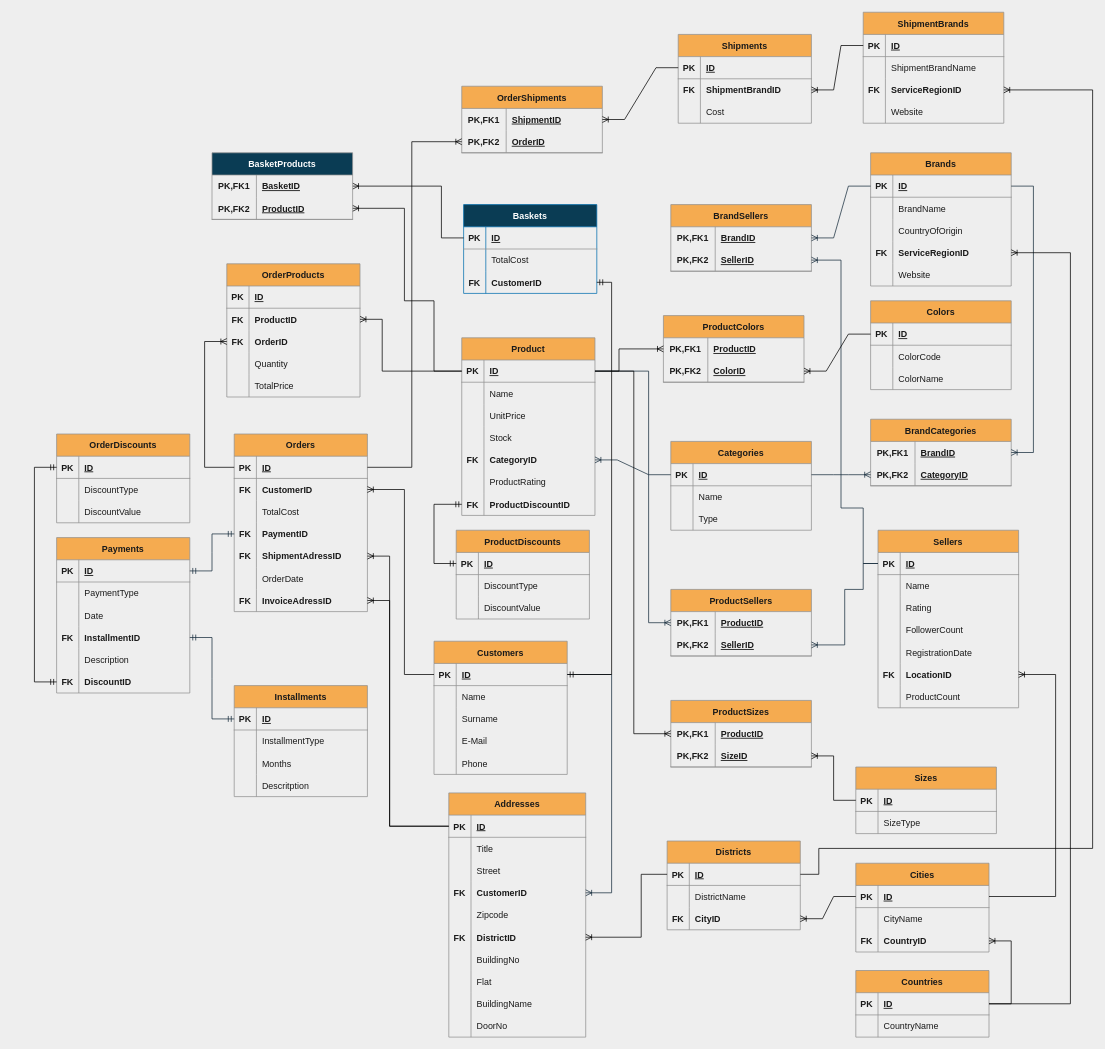
GGBebe/SQL keeps this draw.io diagram as page "Page-1" (1 of 2) of Pair4_ERdiagram.drawio. Above is the earlier version. Source tidied: cells renumbered, new cells numbered last; positions are measured from the earlier drawing's top-left corner, leaving out a move shared by most shapes. Both pictures are drawn from the tidied source at 74%, with x=0, y=0 at pixel (34, 12).
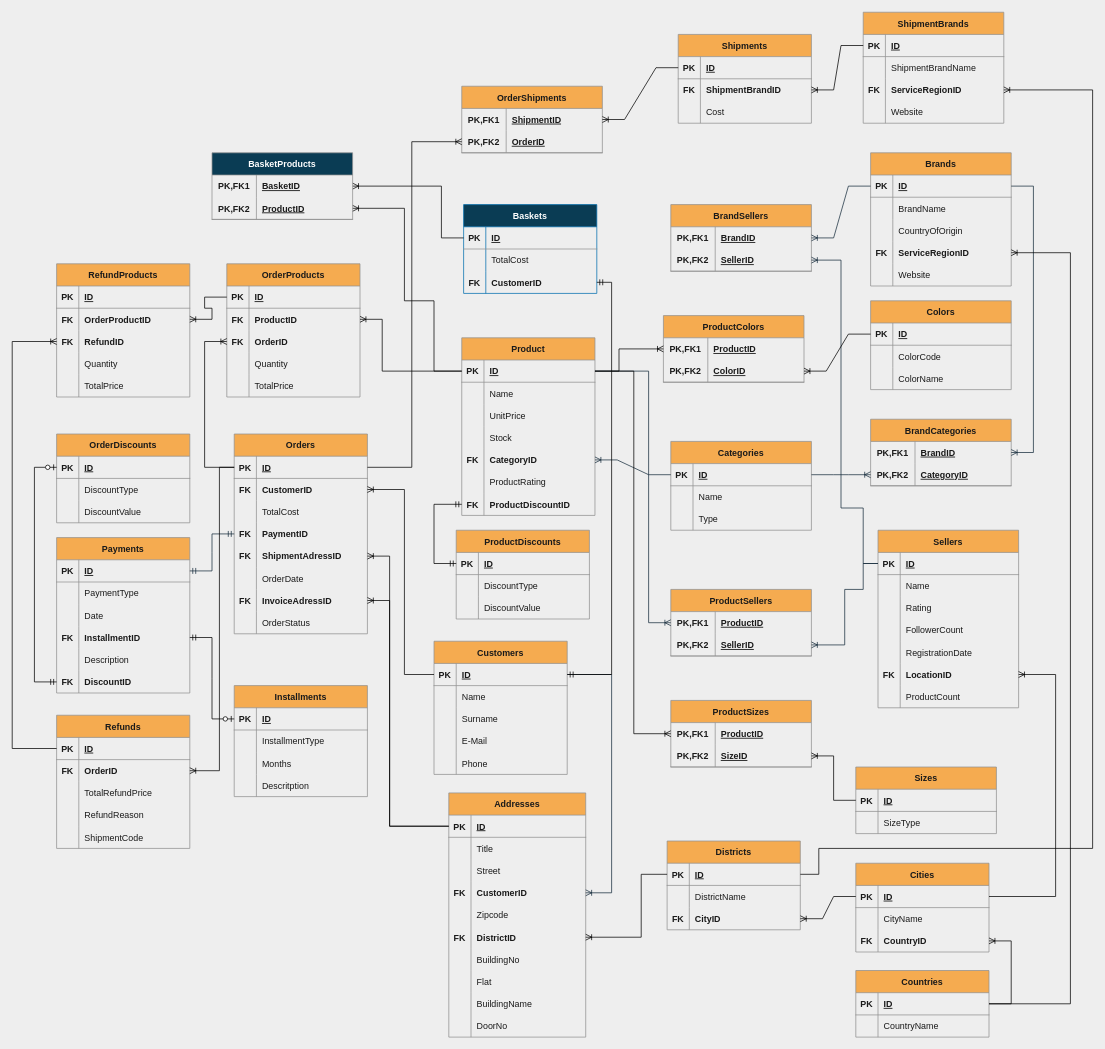
Above is the later version.

Unchanged cells that the change refers to:
```xml
<mxCell id="169" style="shape=tableRow;horizontal=0;startSize=0;swimlaneHead=0;swimlaneBody=0;fillColor=none;points=[[0,0.5],[1,0.5]];portConstraint=eastwest;top=0;left=0;right=0;bottom=1;strokeColor=#909090;fontColor=#1A1A1A;" parent="168" vertex="1">
  <mxGeometry y="30" width="180" height="30" as="geometry" />
</mxCell>
<mxCell id="200" style="shape=tableRow;horizontal=0;startSize=0;swimlaneHead=0;swimlaneBody=0;fillColor=none;points=[[0,0.5],[1,0.5]];portConstraint=eastwest;top=0;left=0;right=0;bottom=0;strokeColor=#909090;fontColor=#1A1A1A;" parent="190" vertex="1">
  <mxGeometry y="120" width="180" height="30" as="geometry" />
</mxCell>
<mxCell id="206" style="shape=tableRow;horizontal=0;startSize=0;swimlaneHead=0;swimlaneBody=0;fillColor=none;points=[[0,0.5],[1,0.5]];portConstraint=eastwest;top=0;left=0;right=0;bottom=0;strokeColor=#909090;fontColor=#1A1A1A;" parent="190" vertex="1">
  <mxGeometry y="180" width="180" height="30" as="geometry" />
</mxCell>
<mxCell id="211" style="shape=tableRow;horizontal=0;startSize=0;swimlaneHead=0;swimlaneBody=0;fillColor=none;points=[[0,0.5],[1,0.5]];portConstraint=eastwest;top=0;left=0;right=0;bottom=1;strokeColor=#909090;fontColor=#1A1A1A;" parent="210" vertex="1">
  <mxGeometry y="30" width="180" height="30" as="geometry" />
</mxCell>
<mxCell id="221" style="shape=tableRow;horizontal=0;startSize=0;swimlaneHead=0;swimlaneBody=0;fillColor=none;points=[[0,0.5],[1,0.5]];portConstraint=eastwest;top=0;left=0;right=0;bottom=1;strokeColor=#909090;fontColor=#1A1A1A;" parent="220" vertex="1">
  <mxGeometry y="30" width="180" height="30" as="geometry" />
</mxCell>
<mxCell id="236" style="shape=tableRow;horizontal=0;startSize=0;swimlaneHead=0;swimlaneBody=0;fillColor=none;points=[[0,0.5],[1,0.5]];portConstraint=eastwest;top=0;left=0;right=0;bottom=1;strokeColor=#909090;fontColor=#1A1A1A;" parent="235" vertex="1">
  <mxGeometry y="30" width="180" height="30" as="geometry" />
</mxCell>
```

The edit, as a diff of the source:
```diff
@@
     <mxCell id="168" value="Orders" style="shape=table;startSize=30;childLayout=tableLayout;rowLines=0;fontStyle=1;align=center;fillColor=#F5AB50;strokeColor=#909090;fontColor=#1A1A1A;" parent="1" vertex="1">
-      <mxGeometry x="270" y="570" width="180" height="240" as="geometry" />
+      <mxGeometry x="270" y="570" width="180" height="270" as="geometry" />
     </mxCell>
@@
+    <mxCell id="368" style="shape=tableRow;horizontal=0;startSize=0;swimlaneHead=0;swimlaneBody=0;fillColor=none;top=0;left=0;right=0;bottom=0;strokeColor=#909090;fontColor=#1A1A1A;" parent="168" vertex="1">
+      <mxGeometry y="240" width="180" height="30" as="geometry" />
+    </mxCell>
+    <mxCell id="369" style="shape=partialRectangle;fillColor=none;top=0;left=0;bottom=0;right=0;overflow=hidden;fontStyle=1;strokeColor=#909090;fontColor=#1A1A1A;" parent="368" vertex="1">
+      <mxGeometry width="30" height="30" as="geometry" />
+    </mxCell>
+    <mxCell id="370" value="OrderStatus" style="shape=partialRectangle;fillColor=none;top=0;left=0;bottom=0;right=0;align=left;spacingLeft=6;overflow=hidden;fontStyle=0;strokeColor=#909090;fontColor=#1A1A1A;" parent="368" vertex="1">
+      <mxGeometry x="30" width="150" height="30" as="geometry" />
+    </mxCell>
@@
-    <mxCell id="233" style="edgeStyle=entityRelationEdgeStyle;fontSize=12;html=1;endArrow=ERmandOne;startArrow=ERmandOne;rounded=0;entryX=0;entryY=0.5;entryDx=0;entryDy=0;exitX=1;exitY=0.5;exitDx=0;exitDy=0;labelBackgroundColor=#EEEEEE;strokeColor=#182E3E;fontColor=#1A1A1A;" parent="1" edge="1" source="200" target="221">
-      <mxGeometry relative="1" as="geometry" />
-    </mxCell>
@@
+    <mxCell id="371" value="RefundProducts" style="shape=table;startSize=30;childLayout=tableLayout;rowLines=0;fontStyle=1;align=center;fillColor=#F5AB50;strokeColor=#909090;fontColor=#1A1A1A;" parent="1" vertex="1">
+      <mxGeometry x="30" y="340" width="180" height="180" as="geometry" />
+    </mxCell>
+    <mxCell id="372" style="shape=tableRow;horizontal=0;startSize=0;swimlaneHead=0;swimlaneBody=0;fillColor=none;top=0;left=0;right=0;bottom=1;strokeColor=#909090;fontColor=#1A1A1A;" parent="371" vertex="1">
+      <mxGeometry y="30" width="180" height="30" as="geometry" />
+    </mxCell>
+    <mxCell id="373" value="PK" style="shape=partialRectangle;fillColor=none;top=0;left=0;bottom=0;right=0;fontStyle=1;overflow=hidden;strokeColor=#909090;fontColor=#1A1A1A;" parent="372" vertex="1">
+      <mxGeometry width="30" height="30" as="geometry" />
+    </mxCell>
+    <mxCell id="374" value="ID" style="shape=partialRectangle;fillColor=none;top=0;left=0;bottom=0;right=0;align=left;spacingLeft=6;fontStyle=5;overflow=hidden;strokeColor=#909090;fontColor=#1A1A1A;" parent="372" vertex="1">
+      <mxGeometry x="30" width="150" height="30" as="geometry" />
+    </mxCell>
+    <mxCell id="375" style="shape=tableRow;horizontal=0;startSize=0;swimlaneHead=0;swimlaneBody=0;fillColor=none;points=[[0,0.5],[1,0.5]];portConstraint=eastwest;top=0;left=0;right=0;bottom=0;strokeColor=#909090;fontColor=#1A1A1A;" parent="371" vertex="1">
+      <mxGeometry y="60" width="180" height="30" as="geometry" />
+    </mxCell>
+    <mxCell id="376" value="FK" style="shape=partialRectangle;fillColor=none;top=0;left=0;bottom=0;right=0;overflow=hidden;strokeColor=#909090;fontColor=#1A1A1A;fontStyle=1;" parent="375" vertex="1">
+      <mxGeometry width="30" height="30" as="geometry" />
+    </mxCell>
+    <mxCell id="377" value="OrderProductID" style="shape=partialRectangle;fillColor=none;top=0;left=0;bottom=0;right=0;align=left;spacingLeft=6;overflow=hidden;strokeColor=#909090;fontColor=#1A1A1A;fontStyle=1;" parent="375" vertex="1">
+      <mxGeometry x="30" width="150" height="30" as="geometry" />
+    </mxCell>
+    <mxCell id="378" style="shape=tableRow;horizontal=0;startSize=0;swimlaneHead=0;swimlaneBody=0;fillColor=none;points=[[0,0.5],[1,0.5]];portConstraint=eastwest;top=0;left=0;right=0;bottom=0;strokeColor=#909090;fontColor=#1A1A1A;" parent="371" vertex="1">
+      <mxGeometry y="90" width="180" height="30" as="geometry" />
+    </mxCell>
+    <mxCell id="379" value="FK" style="shape=partialRectangle;fillColor=none;top=0;left=0;bottom=0;right=0;overflow=hidden;strokeColor=#909090;fontColor=#1A1A1A;fontStyle=1;" parent="378" vertex="1">
+      <mxGeometry width="30" height="30" as="geometry" />
+    </mxCell>
+    <mxCell id="380" value="RefundID" style="shape=partialRectangle;fillColor=none;top=0;left=0;bottom=0;right=0;align=left;spacingLeft=6;overflow=hidden;strokeColor=#909090;fontColor=#1A1A1A;fontStyle=1;" parent="378" vertex="1">
+      <mxGeometry x="30" width="150" height="30" as="geometry" />
+    </mxCell>
+    <mxCell id="381" style="shape=tableRow;horizontal=0;startSize=0;swimlaneHead=0;swimlaneBody=0;fillColor=none;top=0;left=0;right=0;bottom=0;strokeColor=#909090;fontColor=#1A1A1A;" parent="371" vertex="1">
+      <mxGeometry y="120" width="180" height="30" as="geometry" />
+    </mxCell>
+    <mxCell id="382" style="shape=partialRectangle;fillColor=none;top=0;left=0;bottom=0;right=0;overflow=hidden;strokeColor=#909090;fontColor=#1A1A1A;" parent="381" vertex="1">
+      <mxGeometry width="30" height="30" as="geometry" />
+    </mxCell>
+    <mxCell id="383" value="Quantity" style="shape=partialRectangle;fillColor=none;top=0;left=0;bottom=0;right=0;align=left;spacingLeft=6;overflow=hidden;strokeColor=#909090;fontColor=#1A1A1A;" parent="381" vertex="1">
+      <mxGeometry x="30" width="150" height="30" as="geometry" />
+    </mxCell>
+    <mxCell id="384" style="shape=tableRow;horizontal=0;startSize=0;swimlaneHead=0;swimlaneBody=0;fillColor=none;top=0;left=0;right=0;bottom=0;strokeColor=#909090;fontColor=#1A1A1A;" parent="371" vertex="1">
+      <mxGeometry y="150" width="180" height="30" as="geometry" />
+    </mxCell>
+    <mxCell id="385" style="shape=partialRectangle;fillColor=none;top=0;left=0;bottom=0;right=0;overflow=hidden;strokeColor=#909090;fontColor=#1A1A1A;" parent="384" vertex="1">
+      <mxGeometry width="30" height="30" as="geometry" />
+    </mxCell>
+    <mxCell id="386" value="TotalPrice" style="shape=partialRectangle;fillColor=none;top=0;left=0;bottom=0;right=0;align=left;spacingLeft=6;overflow=hidden;strokeColor=#909090;fontColor=#1A1A1A;" parent="384" vertex="1">
+      <mxGeometry x="30" width="150" height="30" as="geometry" />
+    </mxCell>
+    <mxCell id="387" value="Refunds" style="shape=table;startSize=30;childLayout=tableLayout;rowLines=0;fontStyle=1;align=center;fillColor=#F5AB50;strokeColor=#909090;fontColor=#1A1A1A;" parent="1" vertex="1">
+      <mxGeometry x="30" y="950" width="180" height="180" as="geometry" />
+    </mxCell>
+    <mxCell id="388" style="shape=tableRow;horizontal=0;startSize=0;swimlaneHead=0;swimlaneBody=0;fillColor=none;points=[[0,0.5],[1,0.5]];portConstraint=eastwest;top=0;left=0;right=0;bottom=1;strokeColor=#909090;fontColor=#1A1A1A;" parent="387" vertex="1">
+      <mxGeometry y="30" width="180" height="30" as="geometry" />
+    </mxCell>
+    <mxCell id="389" value="PK" style="shape=partialRectangle;fillColor=none;top=0;left=0;bottom=0;right=0;fontStyle=1;overflow=hidden;strokeColor=#909090;fontColor=#1A1A1A;" parent="388" vertex="1">
+      <mxGeometry width="30" height="30" as="geometry" />
+    </mxCell>
+    <mxCell id="390" value="ID" style="shape=partialRectangle;fillColor=none;top=0;left=0;bottom=0;right=0;align=left;spacingLeft=6;fontStyle=5;overflow=hidden;strokeColor=#909090;fontColor=#1A1A1A;" parent="388" vertex="1">
+      <mxGeometry x="30" width="150" height="30" as="geometry" />
+    </mxCell>
+    <mxCell id="391" style="shape=tableRow;horizontal=0;startSize=0;swimlaneHead=0;swimlaneBody=0;fillColor=none;points=[[0,0.5],[1,0.5]];portConstraint=eastwest;top=0;left=0;right=0;bottom=0;strokeColor=#909090;fontColor=#1A1A1A;" parent="387" vertex="1">
+      <mxGeometry y="60" width="180" height="30" as="geometry" />
+    </mxCell>
+    <mxCell id="392" value="FK" style="shape=partialRectangle;fillColor=none;top=0;left=0;bottom=0;right=0;overflow=hidden;strokeColor=#909090;fontColor=#1A1A1A;fontStyle=1;" parent="391" vertex="1">
+      <mxGeometry width="30" height="30" as="geometry" />
+    </mxCell>
+    <mxCell id="393" value="OrderID" style="shape=partialRectangle;fillColor=none;top=0;left=0;bottom=0;right=0;align=left;spacingLeft=6;overflow=hidden;strokeColor=#909090;fontColor=#1A1A1A;fontStyle=1;" parent="391" vertex="1">
+      <mxGeometry x="30" width="150" height="30" as="geometry" />
+    </mxCell>
+    <mxCell id="394" style="shape=tableRow;horizontal=0;startSize=0;swimlaneHead=0;swimlaneBody=0;fillColor=none;top=0;left=0;right=0;bottom=0;strokeColor=#909090;fontColor=#1A1A1A;" parent="387" vertex="1">
+      <mxGeometry y="90" width="180" height="30" as="geometry" />
+    </mxCell>
+    <mxCell id="395" style="shape=partialRectangle;fillColor=none;top=0;left=0;bottom=0;right=0;overflow=hidden;strokeColor=#909090;fontColor=#1A1A1A;" parent="394" vertex="1">
+      <mxGeometry width="30" height="30" as="geometry" />
+    </mxCell>
+    <mxCell id="396" value="TotalRefundPrice" style="shape=partialRectangle;fillColor=none;top=0;left=0;bottom=0;right=0;align=left;spacingLeft=6;overflow=hidden;strokeColor=#909090;fontColor=#1A1A1A;" parent="394" vertex="1">
+      <mxGeometry x="30" width="150" height="30" as="geometry" />
+    </mxCell>
+    <mxCell id="397" style="shape=tableRow;horizontal=0;startSize=0;swimlaneHead=0;swimlaneBody=0;fillColor=none;top=0;left=0;right=0;bottom=0;strokeColor=#909090;fontColor=#1A1A1A;" parent="387" vertex="1">
+      <mxGeometry y="120" width="180" height="30" as="geometry" />
+    </mxCell>
+    <mxCell id="398" style="shape=partialRectangle;fillColor=none;top=0;left=0;bottom=0;right=0;overflow=hidden;strokeColor=#909090;fontColor=#1A1A1A;" parent="397" vertex="1">
+      <mxGeometry width="30" height="30" as="geometry" />
+    </mxCell>
+    <mxCell id="399" value="RefundReason" style="shape=partialRectangle;fillColor=none;top=0;left=0;bottom=0;right=0;align=left;spacingLeft=6;overflow=hidden;strokeColor=#909090;fontColor=#1A1A1A;" parent="397" vertex="1">
+      <mxGeometry x="30" width="150" height="30" as="geometry" />
+    </mxCell>
+    <mxCell id="400" style="shape=tableRow;horizontal=0;startSize=0;swimlaneHead=0;swimlaneBody=0;fillColor=none;top=0;left=0;right=0;bottom=0;strokeColor=#909090;fontColor=#1A1A1A;" parent="387" vertex="1">
+      <mxGeometry y="150" width="180" height="30" as="geometry" />
+    </mxCell>
+    <mxCell id="401" style="shape=partialRectangle;fillColor=none;top=0;left=0;bottom=0;right=0;overflow=hidden;strokeColor=#909090;fontColor=#1A1A1A;" parent="400" vertex="1">
+      <mxGeometry width="30" height="30" as="geometry" />
+    </mxCell>
+    <mxCell id="402" value="ShipmentCode" style="shape=partialRectangle;fillColor=none;top=0;left=0;bottom=0;right=0;align=left;spacingLeft=6;overflow=hidden;strokeColor=#909090;fontColor=#1A1A1A;" parent="400" vertex="1">
+      <mxGeometry x="30" width="150" height="30" as="geometry" />
+    </mxCell>
+    <mxCell id="403" style="edgeStyle=entityRelationEdgeStyle;fontSize=12;html=1;endArrow=ERoneToMany;rounded=0;exitX=0;exitY=0.5;exitDx=0;exitDy=0;entryX=1;entryY=0.5;entryDx=0;entryDy=0;" parent="1" edge="1" source="236" target="375">
+      <mxGeometry relative="1" as="geometry" />
+    </mxCell>
+    <mxCell id="404" style="edgeStyle=orthogonalEdgeStyle;fontSize=12;html=1;endArrow=ERoneToMany;rounded=0;exitX=0;exitY=0.5;exitDx=0;exitDy=0;entryX=0;entryY=0.5;entryDx=0;entryDy=0;" parent="1" edge="1" source="388" target="378">
+      <mxGeometry relative="1" as="geometry">
+        <Array as="points">
+          <mxPoint x="-30" y="995" />
+          <mxPoint x="-30" y="445" />
+        </Array>
+      </mxGeometry>
+    </mxCell>
+    <mxCell id="405" style="edgeStyle=orthogonalEdgeStyle;fontSize=12;html=1;endArrow=ERoneToMany;rounded=0;exitX=0;exitY=0.5;exitDx=0;exitDy=0;entryX=1;entryY=0.5;entryDx=0;entryDy=0;" parent="1" edge="1" source="169" target="391">
+      <mxGeometry relative="1" as="geometry">
+        <Array as="points">
+          <mxPoint x="250" y="615" />
+          <mxPoint x="250" y="1025" />
+        </Array>
+      </mxGeometry>
+    </mxCell>
+    <mxCell id="233" style="edgeStyle=entityRelationEdgeStyle;fontSize=12;html=1;endArrow=ERzeroToOne;startArrow=ERmandOne;rounded=0;entryX=0;entryY=0.5;entryDx=0;entryDy=0;exitX=1;exitY=0.5;exitDx=0;exitDy=0;" parent="1" edge="1" source="200" target="221">
+      <mxGeometry relative="1" as="geometry" />
+    </mxCell>
-    <mxCell id="367" style="edgeStyle=orthogonalEdgeStyle;fontSize=12;html=1;endArrow=ERmandOne;startArrow=ERmandOne;rounded=0;entryX=0;entryY=0.5;entryDx=0;entryDy=0;exitX=0;exitY=0.5;exitDx=0;exitDy=0;" parent="1" edge="1" source="206" target="211">
+    <mxCell id="367" style="edgeStyle=orthogonalEdgeStyle;fontSize=12;html=1;endArrow=ERzeroToOne;startArrow=ERmandOne;rounded=0;entryX=0;entryY=0.5;entryDx=0;entryDy=0;exitX=0;exitY=0.5;exitDx=0;exitDy=0;" parent="1" edge="1" source="206" target="211">
       <mxGeometry relative="1" as="geometry">
         <Array as="points">
           <mxPoint y="905" />
           <mxPoint y="615" />
         </Array>
       </mxGeometry>
     </mxCell>
```
